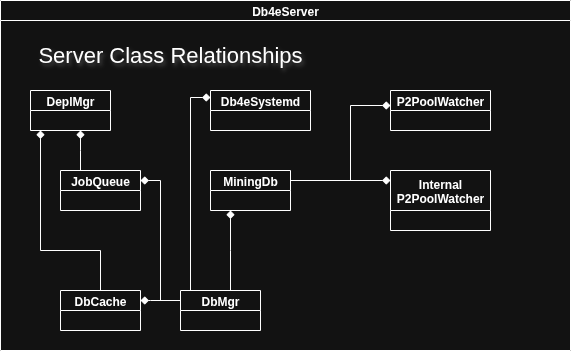
Above: images/Server-Relationships.png in NadimGhaznavi/Db4E (draw.io), before the change. Source tidied: cells renumbered, new cells last; positions are measured from the earlier drawing's top-left corner, leaving out a move shared by most shapes.
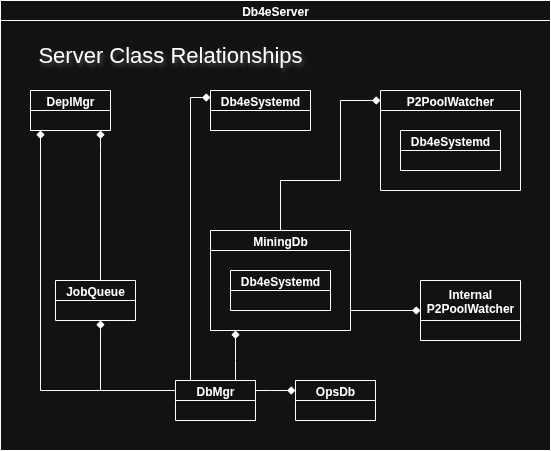
Above is the later version.

What changed in the source:
```diff
@@ -3,7 +3,7 @@
     <mxCell id="0" />
     <mxCell id="1" parent="0" />
     <mxCell id="2" value="Db4eServer" style="swimlane;startSize=20;" parent="1" vertex="1">
-      <mxGeometry width="570" height="350" as="geometry" />
+      <mxGeometry width="550" height="450" as="geometry" />
     </mxCell>
     <mxCell id="3" value="DeplMgr" style="swimlane;startSize=20;" parent="2" vertex="1">
       <mxGeometry x="30" y="90" width="80" height="40" as="geometry" />
@@ -12,79 +12,73 @@
       <mxGeometry x="210" y="90" width="100" height="40" as="geometry" />
     </mxCell>
     <mxCell id="5" value="DbMgr" style="swimlane;startSize=20;" parent="2" vertex="1">
-      <mxGeometry x="180" y="290" width="80" height="40" as="geometry" />
+      <mxGeometry x="175" y="380" width="80" height="40" as="geometry" />
     </mxCell>
     <mxCell id="6" style="rounded=0;jettySize=auto;html=1;startArrow=diamond;startFill=1;endArrow=none;endFill=0;edgeStyle=orthogonalEdgeStyle;" parent="2" edge="1" source="16" target="5">
       <mxGeometry relative="1" as="geometry">
         <Array as="points">
-          <mxPoint x="160" y="180" />
-          <mxPoint x="160" y="300" />
+          <mxPoint x="100" y="390" />
         </Array>
       </mxGeometry>
     </mxCell>
     <mxCell id="7" value="P2PoolWatcher" style="swimlane;startSize=20;" parent="2" vertex="1">
-      <mxGeometry x="390" y="90" width="100" height="40" as="geometry" />
+      <mxGeometry x="380" y="90" width="140" height="100" as="geometry" />
     </mxCell>
+    <mxCell id="20" value="Db4eSystemd" style="swimlane;startSize=20;" parent="7" vertex="1">
+      <mxGeometry x="20" y="40" width="100" height="40" as="geometry" />
+    </mxCell>
     <mxCell id="8" value="Internal&#10;P2PoolWatcher" style="swimlane;startSize=40;" parent="2" vertex="1">
-      <mxGeometry x="390" y="170" width="100" height="60" as="geometry" />
+      <mxGeometry x="420" y="280" width="100" height="60" as="geometry" />
     </mxCell>
     <mxCell id="9" value="MiningDb" style="swimlane;startSize=20;" parent="2" vertex="1">
-      <mxGeometry x="210" y="170" width="80" height="40" as="geometry" />
+      <mxGeometry x="210" y="230" width="140" height="100" as="geometry" />
     </mxCell>
+    <mxCell id="21" value="Db4eSystemd" style="swimlane;startSize=20;" parent="9" vertex="1">
+      <mxGeometry x="20" y="40" width="100" height="40" as="geometry" />
+    </mxCell>
     <mxCell id="10" style="rounded=0;jettySize=auto;html=1;startArrow=diamond;startFill=1;endArrow=none;endFill=0;edgeStyle=orthogonalEdgeStyle;" parent="2" edge="1" source="9" target="5">
       <mxGeometry relative="1" as="geometry">
         <Array as="points">
-          <mxPoint x="230" y="250" />
-          <mxPoint x="230" y="250" />
+          <mxPoint x="235" y="360" />
+          <mxPoint x="235" y="360" />
         </Array>
       </mxGeometry>
     </mxCell>
     <mxCell id="11" style="rounded=0;jettySize=auto;html=1;startArrow=diamond;startFill=1;endArrow=none;endFill=0;edgeStyle=orthogonalEdgeStyle;" parent="2" edge="1" source="8" target="9">
       <mxGeometry relative="1" as="geometry">
         <Array as="points">
-          <mxPoint x="320" y="180" />
-          <mxPoint x="320" y="180" />
+          <mxPoint x="315" y="290" />
+          <mxPoint x="315" y="290" />
         </Array>
       </mxGeometry>
     </mxCell>
     <mxCell id="12" style="rounded=0;jettySize=auto;html=1;startArrow=diamond;startFill=1;endArrow=none;endFill=0;edgeStyle=orthogonalEdgeStyle;" parent="2" edge="1" source="7" target="9">
       <mxGeometry relative="1" as="geometry">
         <Array as="points">
-          <mxPoint x="350" y="105" />
-          <mxPoint x="350" y="180" />
+          <mxPoint x="340" y="100" />
+          <mxPoint x="340" y="180" />
+          <mxPoint x="280" y="180" />
         </Array>
       </mxGeometry>
     </mxCell>
-    <mxCell id="13" style="rounded=0;jettySize=auto;html=1;startArrow=diamond;startFill=1;endArrow=none;endFill=0;edgeStyle=orthogonalEdgeStyle;" parent="2" edge="1" source="14" target="5">
-      <mxGeometry relative="1" as="geometry">
-        <Array as="points">
-          <mxPoint x="150" y="300" />
-          <mxPoint x="150" y="300" />
-        </Array>
-      </mxGeometry>
-    </mxCell>
-    <mxCell id="14" value="DbCache" style="swimlane;startSize=20;" parent="2" vertex="1">
-      <mxGeometry x="60" y="290" width="80" height="40" as="geometry" />
-    </mxCell>
     <mxCell id="15" value="Server Class Relationships" style="text;html=1;align=center;verticalAlign=middle;whiteSpace=wrap;rounded=0;textShadow=1;fontSize=22;" parent="2" vertex="1">
       <mxGeometry x="20" y="40" width="300" height="30" as="geometry" />
     </mxCell>
     <mxCell id="16" value="JobQueue" style="swimlane;startSize=20;" parent="2" vertex="1">
-      <mxGeometry x="60" y="170" width="80" height="40" as="geometry" />
+      <mxGeometry x="55" y="280" width="80" height="40" as="geometry" />
     </mxCell>
     <mxCell id="17" style="rounded=0;jettySize=auto;html=1;startArrow=diamond;startFill=1;endArrow=none;endFill=0;edgeStyle=orthogonalEdgeStyle;" parent="2" edge="1" source="3" target="16">
       <mxGeometry relative="1" as="geometry">
         <Array as="points">
-          <mxPoint x="80" y="150" />
-          <mxPoint x="80" y="150" />
+          <mxPoint x="100" y="150" />
+          <mxPoint x="100" y="150" />
         </Array>
       </mxGeometry>
     </mxCell>
-    <mxCell id="18" style="rounded=0;jettySize=auto;html=1;startArrow=diamond;startFill=1;endArrow=none;endFill=0;edgeStyle=orthogonalEdgeStyle;" parent="2" edge="1" source="3" target="14">
+    <mxCell id="18" style="rounded=0;jettySize=auto;html=1;startArrow=diamond;startFill=1;endArrow=none;endFill=0;edgeStyle=orthogonalEdgeStyle;" parent="2" edge="1" source="3" target="5">
       <mxGeometry relative="1" as="geometry">
         <Array as="points">
-          <mxPoint x="40" y="250" />
-          <mxPoint x="100" y="250" />
+          <mxPoint x="40" y="390" />
         </Array>
       </mxGeometry>
     </mxCell>
@@ -95,5 +89,16 @@
         </Array>
       </mxGeometry>
     </mxCell>
+    <mxCell id="22" value="OpsDb" style="swimlane;startSize=20;" parent="2" vertex="1">
+      <mxGeometry x="295" y="380" width="80" height="40" as="geometry" />
+    </mxCell>
+    <mxCell id="23" style="rounded=0;jettySize=auto;html=1;startArrow=diamond;startFill=1;endArrow=none;endFill=0;edgeStyle=orthogonalEdgeStyle;" parent="2" edge="1" source="22" target="5">
+      <mxGeometry relative="1" as="geometry">
+        <Array as="points">
+          <mxPoint x="270" y="390" />
+          <mxPoint x="270" y="390" />
+        </Array>
+      </mxGeometry>
+    </mxCell>
   </root>
 </mxGraphModel>
```
